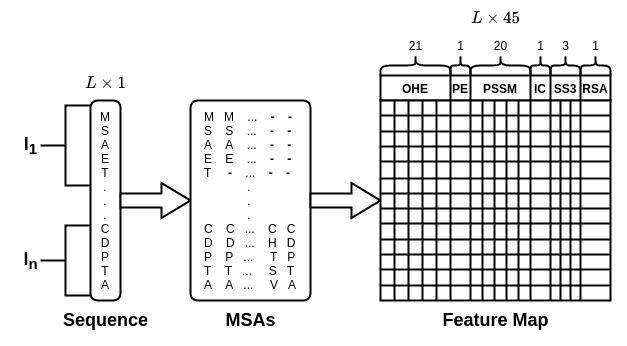
Before: manuscript/resources/feature_map.png, a diagram exported from draw.io (devalab/BiRDS). Source tidied: cells renumbered, new cells last; positions are measured from the earlier drawing's top-left corner, leaving out a move shared by most shapes.
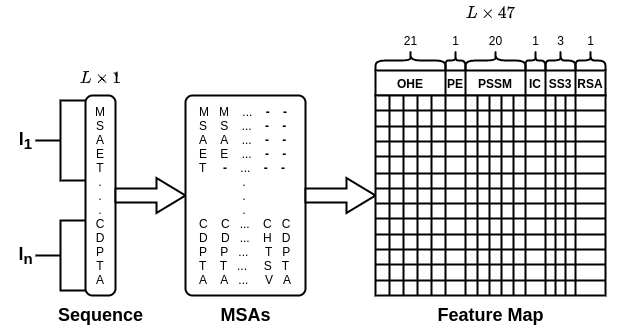
Above is the later version.

Change to the diagram source:
```diff
@@ -764,7 +764,7 @@
     <mxCell id="255" value="3" style="text;html=1;align=center;verticalAlign=middle;strokeColor=none;" parent="1" vertex="1">
       <mxGeometry x="540" y="20" width="20" height="20" as="geometry" />
     </mxCell>
-    <mxCell id="256" value="&lt;font&gt;&lt;font style=&quot;font-size: 14px&quot;&gt;&lt;b&gt;$$L\times 45$$&lt;/b&gt;&lt;/font&gt;&lt;br&gt;&lt;/font&gt;" style="text;html=1;align=center;verticalAlign=middle;strokeColor=none;" parent="1" vertex="1">
+    <mxCell id="256" value="&lt;font&gt;&lt;font style=&quot;font-size: 14px&quot;&gt;&lt;b&gt;$$L\times 47$$&lt;/b&gt;&lt;/font&gt;&lt;br&gt;&lt;/font&gt;" style="text;html=1;align=center;verticalAlign=middle;strokeColor=none;" parent="1" vertex="1">
       <mxGeometry x="420" width="120" height="20" as="geometry" />
     </mxCell>
   </root>
```
